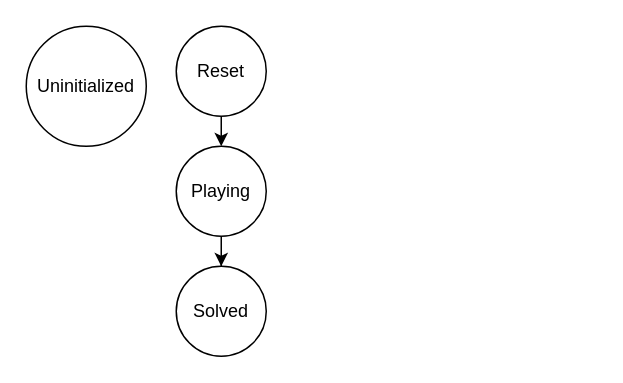
Earlier version of the draw.io diagram page "puzzle-module-common-state" (7 of 10) of docs/figs.drawio (lonkaars/puzzelbox). Source tidied: cells renumbered, new cells numbered last; positions are measured from the earlier drawing's top-left corner, leaving out a move shared by most shapes. Both pictures are drawn from the tidied source at 150%, with x=0, y=0 at pixel (26, 26).
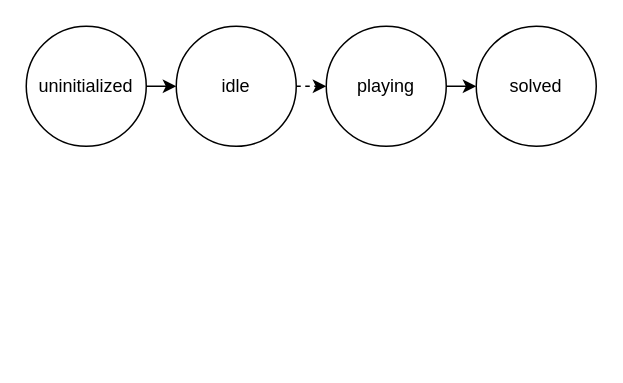
The same page after the edit.

Diff of the diagram source:
```diff
@@
 <mxGraphModel>
   <root>
     <mxCell id="0" />
     <mxCell id="1" parent="0" />
+    <mxCell id="8" style="rounded=0;jettySize=auto;html=1;" parent="1" edge="1" source="2" target="4">
+      <mxGeometry relative="1" as="geometry" />
+    </mxCell>
-    <mxCell id="2" value="Uninitialized" style="ellipse;whiteSpace=wrap;html=1;fontFamily=Arial;" parent="1" vertex="1">
+    <mxCell id="2" value="uninitialized" style="ellipse;whiteSpace=wrap;html=1;fontFamily=Arial;" parent="1" vertex="1">
       <mxGeometry width="80" height="80" as="geometry" />
     </mxCell>
-    <mxCell id="3" style="rounded=0;jettySize=auto;html=1;fontFamily=Arial;" parent="1" edge="1" source="4" target="6">
+    <mxCell id="3" style="rounded=0;jettySize=auto;html=1;fontFamily=Arial;dashed=1;" parent="1" edge="1" source="4" target="6">
       <mxGeometry relative="1" as="geometry" />
     </mxCell>
-    <mxCell id="4" value="Reset" style="ellipse;whiteSpace=wrap;html=1;fontFamily=Arial;" parent="1" vertex="1">
-      <mxGeometry x="100" width="60" height="60" as="geometry" />
+    <mxCell id="4" value="idle" style="ellipse;whiteSpace=wrap;html=1;fontFamily=Arial;" parent="1" vertex="1">
+      <mxGeometry x="100" width="80" height="80" as="geometry" />
     </mxCell>
-    <mxCell id="5" style="edgeStyle=orthogonalEdgeStyle;rounded=0;jettySize=auto;html=1;fontFamily=Arial;" parent="1" edge="1" source="6" target="7">
+    <mxCell id="5" style="rounded=0;jettySize=auto;html=1;fontFamily=Arial;" parent="1" edge="1" source="6" target="7">
       <mxGeometry relative="1" as="geometry" />
     </mxCell>
-    <mxCell id="6" value="Playing" style="ellipse;whiteSpace=wrap;html=1;fontFamily=Arial;" parent="1" vertex="1">
-      <mxGeometry x="100" y="80" width="60" height="60" as="geometry" />
+    <mxCell id="6" value="playing" style="ellipse;whiteSpace=wrap;html=1;fontFamily=Arial;" parent="1" vertex="1">
+      <mxGeometry x="200" width="80" height="80" as="geometry" />
     </mxCell>
-    <mxCell id="7" value="Solved" style="ellipse;whiteSpace=wrap;html=1;fontFamily=Arial;" parent="1" vertex="1">
-      <mxGeometry x="100" y="160" width="60" height="60" as="geometry" />
+    <mxCell id="7" value="solved" style="ellipse;whiteSpace=wrap;html=1;fontFamily=Arial;" parent="1" vertex="1">
+      <mxGeometry x="300" width="80" height="80" as="geometry" />
     </mxCell>
   </root>
 </mxGraphModel>
```
